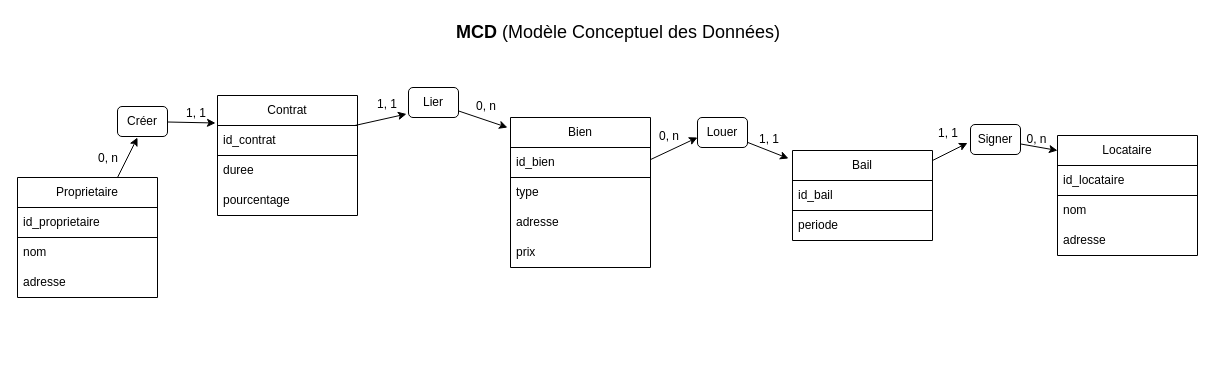
The draw.io diagram MCD.drawio in FuFu2127/MCD---MLD---MPD, before the edit. Source tidied: cells renumbered, new cells numbered last; positions are measured from the earlier drawing's top-left corner, leaving out a move shared by most shapes. Both pictures are drawn from the tidied source at 100%, with x=0, y=0 at pixel (17, 17).
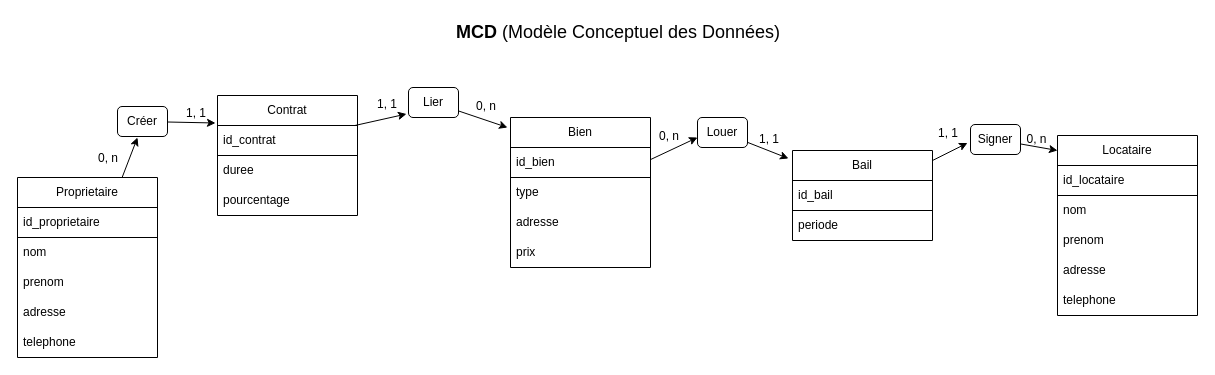
The same diagram, later.

What changed in the source:
```diff
@@
     <mxCell id="3" value="Proprietaire" style="swimlane;fontStyle=0;horizontal=1;startSize=30;whiteSpace=wrap;html=1;" parent="1" vertex="1">
-      <mxGeometry y="160" width="140" height="120" as="geometry" />
+      <mxGeometry y="160" width="140" height="180" as="geometry" />
     </mxCell>
@@
-    <mxCell id="6" value="adresse" style="text;strokeColor=none;fillColor=none;align=left;verticalAlign=middle;spacingLeft=4;spacingRight=4;overflow=hidden;whiteSpace=wrap;html=1;" parent="3" vertex="1">
+    <mxCell id="6" value="prenom" style="text;strokeColor=none;fillColor=none;align=left;verticalAlign=middle;spacingLeft=4;spacingRight=4;overflow=hidden;whiteSpace=wrap;html=1;" parent="3" vertex="1">
       <mxGeometry y="90" width="140" height="30" as="geometry" />
     </mxCell>
+    <mxCell id="43" value="adresse" style="text;strokeColor=none;fillColor=none;align=left;verticalAlign=middle;spacingLeft=4;spacingRight=4;overflow=hidden;whiteSpace=wrap;html=1;" parent="3" vertex="1">
+      <mxGeometry y="120" width="140" height="30" as="geometry" />
+    </mxCell>
+    <mxCell id="44" value="telephone" style="text;strokeColor=none;fillColor=none;align=left;verticalAlign=middle;spacingLeft=4;spacingRight=4;overflow=hidden;whiteSpace=wrap;html=1;" parent="3" vertex="1">
+      <mxGeometry y="150" width="140" height="30" as="geometry" />
+    </mxCell>
@@
     <mxCell id="21" value="Locataire" style="swimlane;fontStyle=0;horizontal=1;startSize=30;whiteSpace=wrap;html=1;" parent="1" vertex="1">
-      <mxGeometry x="1040" y="118" width="140" height="120" as="geometry" />
+      <mxGeometry x="1040" y="118" width="140" height="180" as="geometry" />
     </mxCell>
@@
-    <mxCell id="24" value="adresse" style="text;strokeColor=none;fillColor=none;align=left;verticalAlign=middle;spacingLeft=4;spacingRight=4;overflow=hidden;whiteSpace=wrap;html=1;" parent="21" vertex="1">
+    <mxCell id="24" value="prenom" style="text;strokeColor=none;fillColor=none;align=left;verticalAlign=middle;spacingLeft=4;spacingRight=4;overflow=hidden;whiteSpace=wrap;html=1;" parent="21" vertex="1">
       <mxGeometry y="90" width="140" height="30" as="geometry" />
     </mxCell>
+    <mxCell id="45" value="adresse" style="text;strokeColor=none;fillColor=none;align=left;verticalAlign=middle;spacingLeft=4;spacingRight=4;overflow=hidden;whiteSpace=wrap;html=1;" parent="21" vertex="1">
+      <mxGeometry y="120" width="140" height="30" as="geometry" />
+    </mxCell>
+    <mxCell id="46" value="telephone" style="text;strokeColor=none;fillColor=none;align=left;verticalAlign=middle;spacingLeft=4;spacingRight=4;overflow=hidden;whiteSpace=wrap;html=1;" parent="21" vertex="1">
+      <mxGeometry y="150" width="140" height="30" as="geometry" />
+    </mxCell>
```
